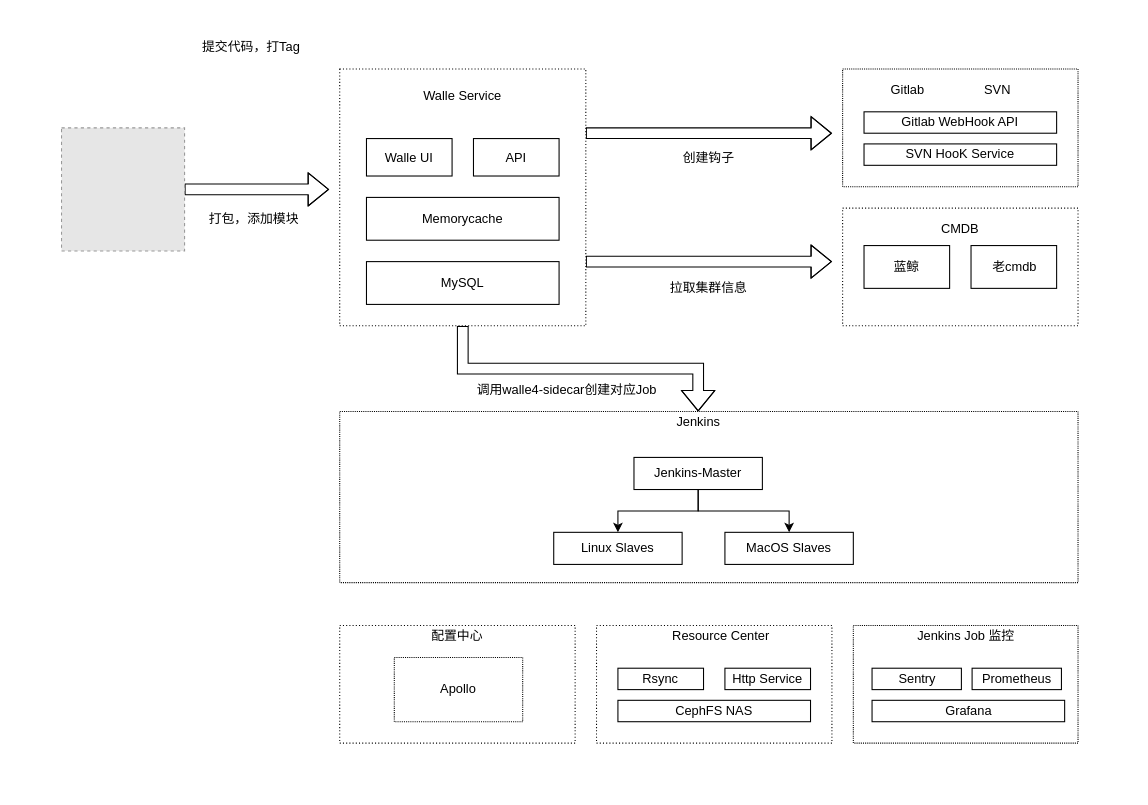
Armand-zsh/huashan keeps this draw.io diagram as Untitled Diagram.drawio. Above is the earlier version. Source tidied: cells renumbered, new cells numbered last; positions are measured from the earlier drawing's top-left corner, leaving out a move shared by most shapes. Both pictures are drawn from the tidied source at 107%, with x=0, y=0 at pixel (61, 36). Pictures stored in the file or linked from it are replaced by grey dashed boxes.
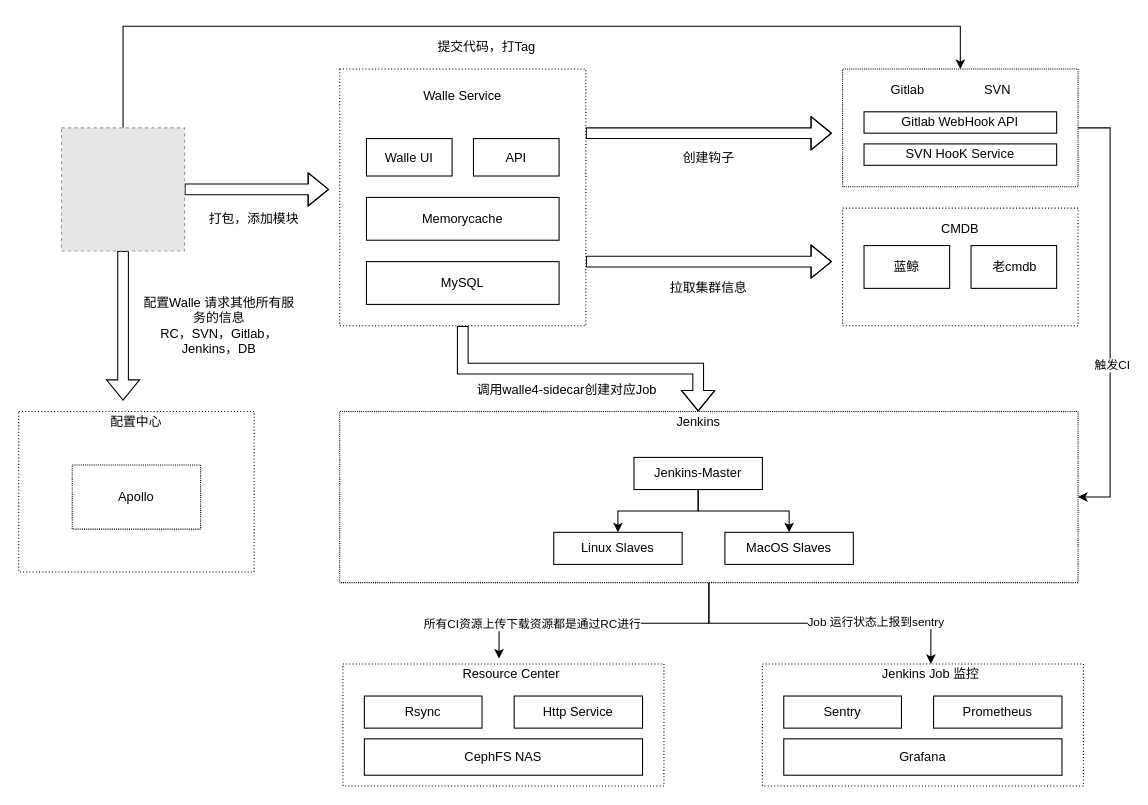
After the change.

Unchanged cells that the change refers to:
```xml
<mxCell id="16" style="rounded=0;whiteSpace=wrap;html=1;dashed=1;dashPattern=1 1;" parent="1" vertex="1">
  <mxGeometry x="730" y="30" width="220" height="110" as="geometry" />
</mxCell>
<mxCell id="18" style="rounded=0;whiteSpace=wrap;html=1;dashed=1;dashPattern=1 1;" parent="1" vertex="1">
  <mxGeometry x="260" y="350" width="690" height="160" as="geometry" />
</mxCell>
<mxCell id="43" style="fillColor=#E6E6E6;strokeColor=#999999;dashed=1;html=1;verticalAlign=top;verticalLabelPosition=bottom;labelBackgroundColor=#ffffff;" parent="1" vertex="1">
  <mxGeometry y="85" width="115" height="115" as="geometry" />
</mxCell>
```

Diff of the diagram source:
```diff
@@
+    <mxCell id="49" style="edgeStyle=orthogonalEdgeStyle;rounded=0;jettySize=auto;html=1;exitX=1;exitY=0.5;exitDx=0;exitDy=0;entryX=1;entryY=0.5;entryDx=0;entryDy=0;" parent="1" edge="1" source="16" target="18">
+      <mxGeometry relative="1" as="geometry">
+        <Array as="points">
+          <mxPoint x="980" y="85" />
+          <mxPoint x="980" y="430" />
+        </Array>
+      </mxGeometry>
+    </mxCell>
+    <mxCell id="50" value="触发CI" style="edgeLabel;html=1;align=center;verticalAlign=middle;" parent="49" vertex="1">
+      <mxGeometry x="0.24" y="1" relative="1" as="geometry" />
+    </mxCell>
@@
+    <mxCell id="51" style="edgeStyle=orthogonalEdgeStyle;rounded=0;orthogonalLoop=1;jettySize=auto;html=1;exitX=0.5;exitY=1;exitDx=0;exitDy=0;entryX=0.39;entryY=-0.15;entryDx=0;entryDy=0;entryPerimeter=0;" parent="1" edge="1">
+      <mxGeometry relative="1" as="geometry">
+        <mxPoint x="605" y="508" as="sourcePoint" />
+        <mxPoint x="408.9" y="581" as="targetPoint" />
+        <Array as="points">
+          <mxPoint x="605" y="548" />
+          <mxPoint x="409" y="548" />
+        </Array>
+      </mxGeometry>
+    </mxCell>
+    <mxCell id="52" value="所有CI资源上传下载资源都是通过RC进行" style="edgeLabel;html=1;align=center;verticalAlign=middle;" parent="51" vertex="1">
+      <mxGeometry x="0.53" relative="1" as="geometry" />
+    </mxCell>
+    <mxCell id="53" style="edgeStyle=orthogonalEdgeStyle;rounded=0;jettySize=auto;html=1;exitX=0.5;exitY=1;exitDx=0;exitDy=0;entryX=0.5;entryY=0;entryDx=0;entryDy=0;" parent="1" edge="1" source="18" target="34">
+      <mxGeometry relative="1" as="geometry" />
+    </mxCell>
+    <mxCell id="54" value="Job 运行状态上报到sentry" style="edgeLabel;html=1;align=center;verticalAlign=middle;" parent="53" vertex="1">
+      <mxGeometry x="0.36" y="2" relative="1" as="geometry" />
+    </mxCell>
@@
     <mxCell id="28" style="rounded=0;whiteSpace=wrap;html=1;dashed=1;dashPattern=1 2;" parent="1" vertex="1">
-      <mxGeometry x="260" y="550" width="220" height="110" as="geometry" />
+      <mxGeometry x="-40" y="350" width="220" height="150" as="geometry" />
     </mxCell>
     <mxCell id="29" value="配置中心" style="text;html=1;strokeColor=none;fillColor=none;align=center;verticalAlign=middle;whiteSpace=wrap;rounded=0;" parent="1" vertex="1">
-      <mxGeometry x="335" y="550" width="70" height="20" as="geometry" />
+      <mxGeometry x="35" y="350" width="70" height="20" as="geometry" />
     </mxCell>
     <mxCell id="30" style="rounded=0;whiteSpace=wrap;html=1;dashed=1;dashPattern=1 2;" parent="1" vertex="1">
-      <mxGeometry x="500" y="550" width="220" height="110" as="geometry" />
+      <mxGeometry x="263" y="586" width="300" height="114" as="geometry" />
     </mxCell>
     <mxCell id="31" value="Resource Center" style="text;html=1;strokeColor=none;fillColor=none;align=center;verticalAlign=middle;whiteSpace=wrap;rounded=0;" parent="1" vertex="1">
-      <mxGeometry x="564" y="550" width="105" height="20" as="geometry" />
+      <mxGeometry x="368" y="586" width="105" height="20" as="geometry" />
     </mxCell>
     <mxCell id="32" value="CephFS NAS" style="rounded=0;whiteSpace=wrap;html=1;" parent="1" vertex="1">
-      <mxGeometry x="520" y="620" width="180" height="20" as="geometry" />
+      <mxGeometry x="283" y="656" width="260" height="34" as="geometry" />
     </mxCell>
-    <mxCell id="33" style="rounded=0;whiteSpace=wrap;html=1;dashed=1;dashPattern=1 1;" parent="1" vertex="1">
-      <mxGeometry x="740" y="550" width="210" height="110" as="geometry" />
-    </mxCell>
-    <mxCell id="34" value="Jenkins Job 监控" style="text;html=1;strokeColor=none;fillColor=none;align=center;verticalAlign=middle;whiteSpace=wrap;rounded=0;" parent="1" vertex="1">
-      <mxGeometry x="792.5" y="550" width="105" height="20" as="geometry" />
-    </mxCell>
     <mxCell id="35" value="Rsync" style="rounded=0;whiteSpace=wrap;html=1;" parent="1" vertex="1">
-      <mxGeometry x="520" y="590" width="80" height="20" as="geometry" />
+      <mxGeometry x="283" y="616" width="110" height="30" as="geometry" />
     </mxCell>
     <mxCell id="36" value="Http Service" style="rounded=0;whiteSpace=wrap;html=1;" parent="1" vertex="1">
-      <mxGeometry x="620" y="590" width="80" height="20" as="geometry" />
+      <mxGeometry x="423" y="616" width="120" height="30" as="geometry" />
     </mxCell>
-    <mxCell id="37" value="Grafana" style="rounded=0;whiteSpace=wrap;html=1;" parent="1" vertex="1">
-      <mxGeometry x="757.5" y="620" width="180" height="20" as="geometry" />
-    </mxCell>
-    <mxCell id="38" value="Sentry" style="rounded=0;whiteSpace=wrap;html=1;" parent="1" vertex="1">
-      <mxGeometry x="757.5" y="590" width="83.5" height="20" as="geometry" />
-    </mxCell>
-    <mxCell id="39" value="Prometheus" style="rounded=0;whiteSpace=wrap;html=1;" parent="1" vertex="1">
-      <mxGeometry x="851" y="590" width="83.5" height="20" as="geometry" />
-    </mxCell>
     <mxCell id="40" value="Apollo" style="rounded=0;whiteSpace=wrap;html=1;dashed=1;dashPattern=1 1;" parent="1" vertex="1">
-      <mxGeometry x="311" y="580" width="120" height="60" as="geometry" />
+      <mxGeometry x="10" y="400" width="120" height="60" as="geometry" />
     </mxCell>
@@
+    <mxCell id="55" style="edgeStyle=orthogonalEdgeStyle;rounded=0;jettySize=auto;html=1;exitX=0.5;exitY=0;exitDx=0;exitDy=0;entryX=0.5;entryY=0;entryDx=0;entryDy=0;" parent="1" edge="1" source="43" target="16">
+      <mxGeometry relative="1" as="geometry">
+        <Array as="points">
+          <mxPoint x="58" y="-10" />
+          <mxPoint x="840" y="-10" />
+        </Array>
+      </mxGeometry>
+    </mxCell>
+    <mxCell id="56" style="edgeStyle=none;shape=flexArrow;rounded=0;jettySize=auto;html=1;" parent="1" edge="1" source="43">
+      <mxGeometry relative="1" as="geometry">
+        <mxPoint x="57.5" y="340" as="targetPoint" />
+      </mxGeometry>
+    </mxCell>
@@
     <mxCell id="45" value="提交代码，打Tag" style="text;html=1;strokeColor=none;fillColor=none;align=center;verticalAlign=middle;whiteSpace=wrap;rounded=0;dashed=1;dashPattern=1 1;" parent="1" vertex="1">
-      <mxGeometry x="115" width="125" height="20" as="geometry" />
+      <mxGeometry x="335" width="125" height="20" as="geometry" />
     </mxCell>
@@
+    <mxCell id="57" style="rounded=0;whiteSpace=wrap;html=1;dashed=1;dashPattern=1 2;" parent="1" vertex="1">
+      <mxGeometry x="655" y="586" width="300" height="114" as="geometry" />
+    </mxCell>
+    <mxCell id="34" value="Jenkins Job 监控" style="text;html=1;strokeColor=none;fillColor=none;align=center;verticalAlign=middle;whiteSpace=wrap;rounded=0;" parent="1" vertex="1">
+      <mxGeometry x="760" y="586" width="105" height="20" as="geometry" />
+    </mxCell>
+    <mxCell id="37" value="Grafana" style="rounded=0;whiteSpace=wrap;html=1;" parent="1" vertex="1">
+      <mxGeometry x="675" y="656" width="260" height="34" as="geometry" />
+    </mxCell>
+    <mxCell id="38" value="Sentry" style="rounded=0;whiteSpace=wrap;html=1;" parent="1" vertex="1">
+      <mxGeometry x="675" y="616" width="110" height="30" as="geometry" />
+    </mxCell>
+    <mxCell id="39" value="Prometheus" style="rounded=0;whiteSpace=wrap;html=1;" parent="1" vertex="1">
+      <mxGeometry x="815" y="616" width="120" height="30" as="geometry" />
+    </mxCell>
+    <mxCell id="58" value="配置Walle 请求其他所有服务的信息&lt;br&gt;RC，SVN，Gitlab，Jenkins，DB" style="text;html=1;strokeColor=none;fillColor=none;align=center;verticalAlign=middle;whiteSpace=wrap;rounded=0;dashed=1;dashPattern=1 1;" parent="1" vertex="1">
+      <mxGeometry x="75" y="230" width="145" height="80" as="geometry" />
+    </mxCell>
```
